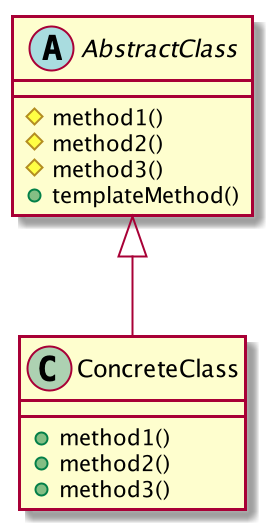
Earlier version of the PlantUML export assets/post/designpattern/TemplateMethod.png (jsyang-dev/jsyang-dev.github.io). Its diagram source:
```plantuml
@startuml

abstract class AbstractClass {
    #method1()
    #method2()
    #method3()
    +templateMethod()
}
class ConcreteClass {
    +method1()
    +method2()
    +method3()
}

AbstractClass <|--ConcreteClass

@enduml
```
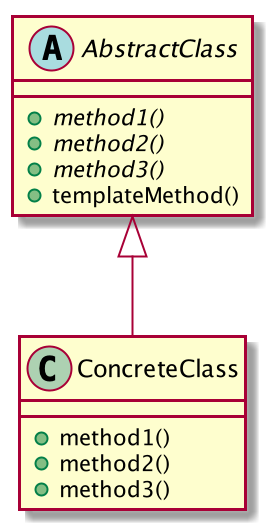
After the commit.

Diff of the diagram source:
```diff
@@ -1,9 +1,9 @@
 @startuml
 
 abstract class AbstractClass {
-    #method1()
-    #method2()
-    #method3()
+    +{abstract} method1()
+    +{abstract} method2()
+    +{abstract} method3()
     +templateMethod()
 }
 class ConcreteClass {
@@ -12,6 +12,6 @@
     +method3()
 }
 
-AbstractClass <|--ConcreteClass
+AbstractClass <|-- ConcreteClass
 
 @enduml
```
